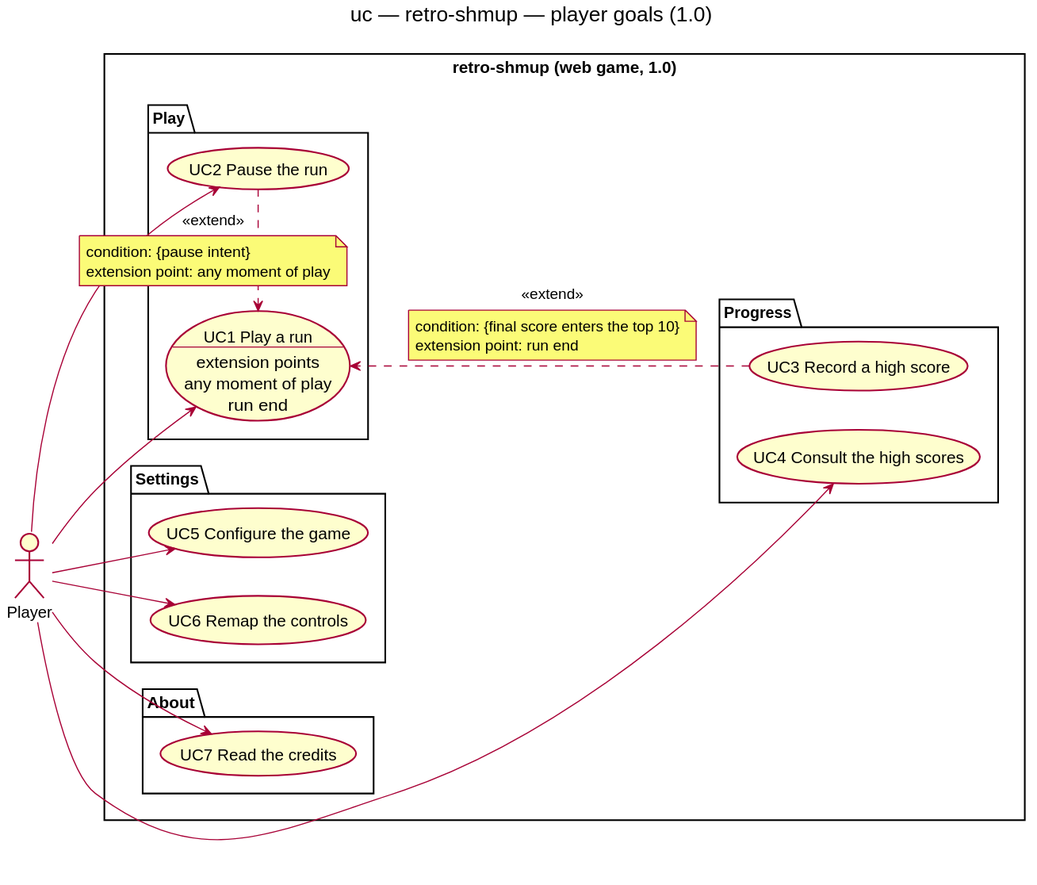
This is docs/architecture/diagrams/system/01-use-case.svg from benoit-bremaud/retro-shmup, a PlantUML export, as it was before one commit.
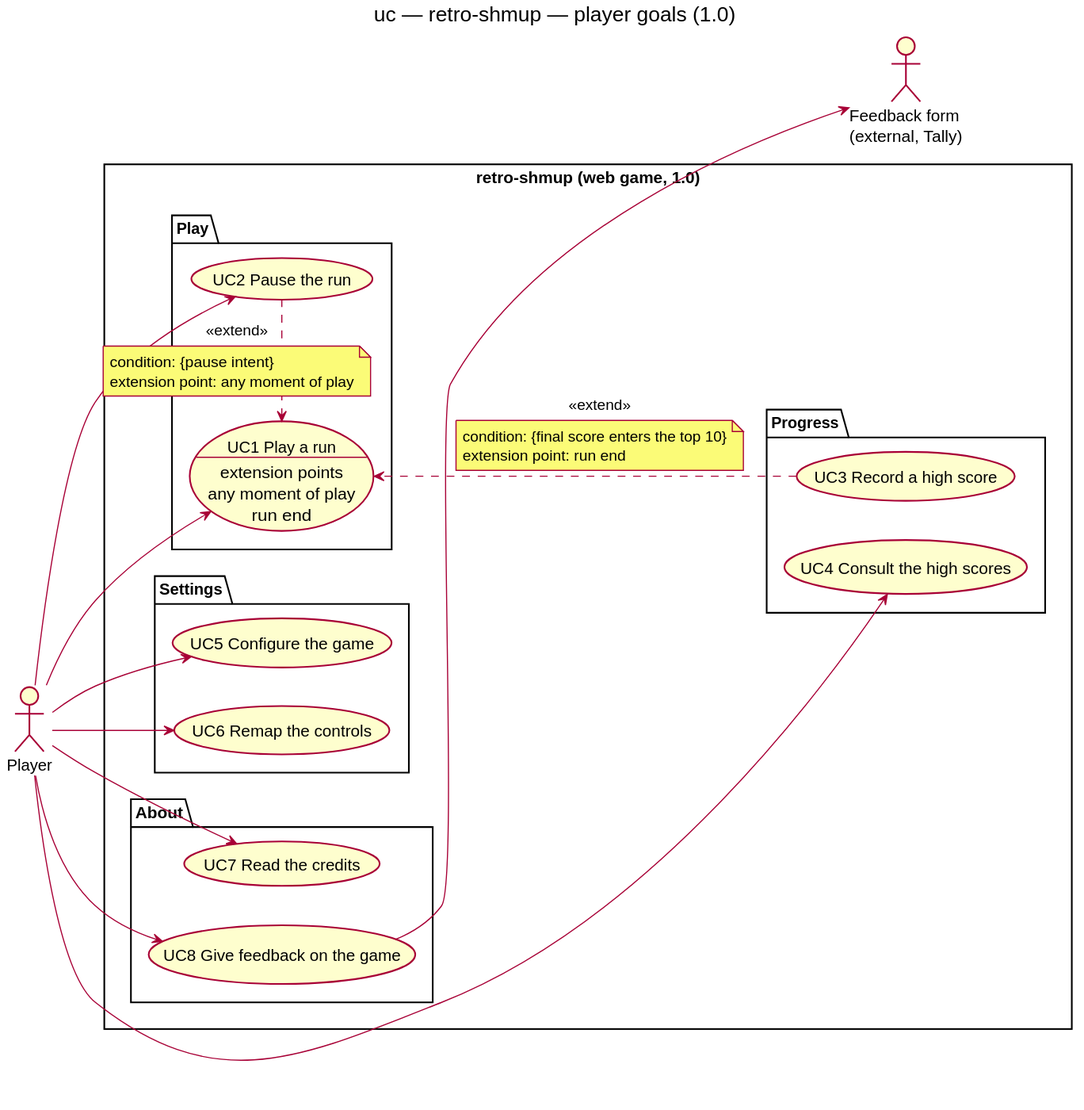
Later version of the same file.

What changed in the source:
```diff
@@ -4,6 +4,7 @@
 skinparam shadowing false
 
 actor "Player" as Player
+actor "Feedback form\n(external, Tally)" as FeedbackForm
 
 rectangle "retro-shmup (web game, 1.0)" {
   package "Play" {
@@ -24,6 +25,7 @@
   }
   package "About" {
     usecase "UC7 Read the credits" as UC7
+    usecase "UC8 Give feedback on the game" as UC8
   }
 }
 
@@ -33,6 +35,8 @@
 Player --> UC5
 Player --> UC6
 Player --> UC7
+Player --> UC8
+UC8 --> FeedbackForm
 
 UC2 -[hidden]- UC3
 
```
